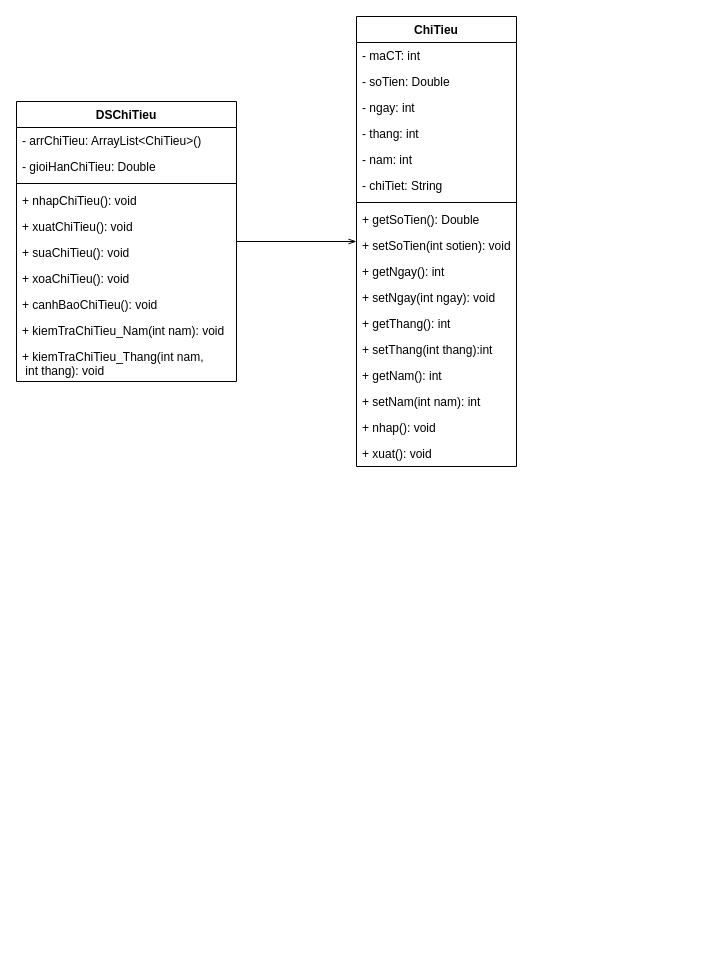
AkallHuynh/IS216.L21.HTCL-Java keeps this draw.io diagram as Diagrams/ClassDiagrams.drawio. Above is the earlier version. Source tidied: cells renumbered, new cells numbered last; positions are measured from the earlier drawing's top-left corner, leaving out a move shared by most shapes. Both pictures are drawn from the tidied source at 100%, with x=0, y=0 at pixel (16, 16).
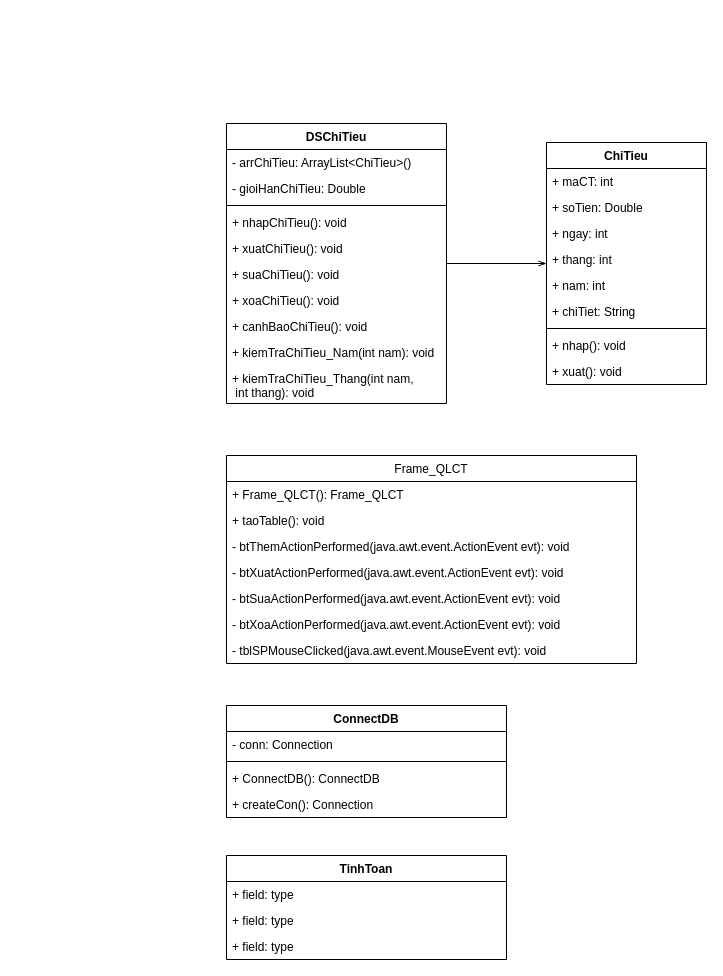
The same diagram, later.

Diff of the diagram source:
```diff
@@
     <mxCell id="2" value="ChiTieu" style="swimlane;fontStyle=1;align=center;verticalAlign=top;horizontal=1;startSize=26;" parent="1" vertex="1">
-      <mxGeometry x="340" width="160" height="450" as="geometry" />
+      <mxGeometry x="530" y="126" width="160" height="242" as="geometry" />
     </mxCell>
-    <mxCell id="3" value="- maCT: int" style="text;strokeColor=none;fillColor=none;align=left;verticalAlign=top;spacingLeft=4;spacingRight=4;overflow=hidden;" parent="2" vertex="1">
+    <mxCell id="3" value="+ maCT: int" style="text;strokeColor=none;fillColor=none;align=left;verticalAlign=top;spacingLeft=4;spacingRight=4;overflow=hidden;" parent="2" vertex="1">
       <mxGeometry y="26" width="160" height="26" as="geometry" />
     </mxCell>
-    <mxCell id="4" value="- soTien: Double" style="text;strokeColor=none;fillColor=none;align=left;verticalAlign=top;spacingLeft=4;spacingRight=4;overflow=hidden;" parent="2" vertex="1">
+    <mxCell id="4" value="+ soTien: Double" style="text;strokeColor=none;fillColor=none;align=left;verticalAlign=top;spacingLeft=4;spacingRight=4;overflow=hidden;" parent="2" vertex="1">
       <mxGeometry y="52" width="160" height="26" as="geometry" />
     </mxCell>
-    <mxCell id="5" value="- ngay: int" style="text;strokeColor=none;fillColor=none;align=left;verticalAlign=top;spacingLeft=4;spacingRight=4;overflow=hidden;" parent="2" vertex="1">
+    <mxCell id="5" value="+ ngay: int" style="text;strokeColor=none;fillColor=none;align=left;verticalAlign=top;spacingLeft=4;spacingRight=4;overflow=hidden;" parent="2" vertex="1">
       <mxGeometry y="78" width="160" height="26" as="geometry" />
     </mxCell>
-    <mxCell id="6" value="- thang: int" style="text;strokeColor=none;fillColor=none;align=left;verticalAlign=top;spacingLeft=4;spacingRight=4;overflow=hidden;" parent="2" vertex="1">
+    <mxCell id="6" value="+ thang: int" style="text;strokeColor=none;fillColor=none;align=left;verticalAlign=top;spacingLeft=4;spacingRight=4;overflow=hidden;" parent="2" vertex="1">
       <mxGeometry y="104" width="160" height="26" as="geometry" />
     </mxCell>
-    <mxCell id="7" value="- nam: int" style="text;strokeColor=none;fillColor=none;align=left;verticalAlign=top;spacingLeft=4;spacingRight=4;overflow=hidden;" parent="2" vertex="1">
+    <mxCell id="7" value="+ nam: int" style="text;strokeColor=none;fillColor=none;align=left;verticalAlign=top;spacingLeft=4;spacingRight=4;overflow=hidden;" parent="2" vertex="1">
       <mxGeometry y="130" width="160" height="26" as="geometry" />
     </mxCell>
-    <mxCell id="8" value="- chiTiet: String" style="text;strokeColor=none;fillColor=none;align=left;verticalAlign=top;spacingLeft=4;spacingRight=4;overflow=hidden;" parent="2" vertex="1">
+    <mxCell id="8" value="+ chiTiet: String" style="text;strokeColor=none;fillColor=none;align=left;verticalAlign=top;spacingLeft=4;spacingRight=4;overflow=hidden;" parent="2" vertex="1">
       <mxGeometry y="156" width="160" height="26" as="geometry" />
     </mxCell>
@@
-    <mxCell id="10" value="+ getSoTien(): Double" style="text;strokeColor=none;fillColor=none;align=left;verticalAlign=top;spacingLeft=4;spacingRight=4;overflow=hidden;" parent="2" vertex="1">
-      <mxGeometry y="190" width="160" height="26" as="geometry" />
-    </mxCell>
-    <mxCell id="11" value="+ setSoTien(int sotien): void" style="text;strokeColor=none;fillColor=none;align=left;verticalAlign=top;spacingLeft=4;spacingRight=4;overflow=hidden;" parent="2" vertex="1">
-      <mxGeometry y="216" width="160" height="26" as="geometry" />
-    </mxCell>
-    <mxCell id="12" value="+ getNgay(): int" style="text;strokeColor=none;fillColor=none;align=left;verticalAlign=top;spacingLeft=4;spacingRight=4;overflow=hidden;" parent="2" vertex="1">
-      <mxGeometry y="242" width="160" height="26" as="geometry" />
-    </mxCell>
-    <mxCell id="13" value="+ setNgay(int ngay): void" style="text;strokeColor=none;fillColor=none;align=left;verticalAlign=top;spacingLeft=4;spacingRight=4;overflow=hidden;" parent="2" vertex="1">
-      <mxGeometry y="268" width="160" height="26" as="geometry" />
-    </mxCell>
-    <mxCell id="14" value="+ getThang(): int" style="text;strokeColor=none;fillColor=none;align=left;verticalAlign=top;spacingLeft=4;spacingRight=4;overflow=hidden;" parent="2" vertex="1">
-      <mxGeometry y="294" width="160" height="26" as="geometry" />
-    </mxCell>
-    <mxCell id="15" value="+ setThang(int thang):int" style="text;strokeColor=none;fillColor=none;align=left;verticalAlign=top;spacingLeft=4;spacingRight=4;overflow=hidden;" parent="2" vertex="1">
-      <mxGeometry y="320" width="160" height="26" as="geometry" />
-    </mxCell>
-    <mxCell id="16" value="+ getNam(): int" style="text;strokeColor=none;fillColor=none;align=left;verticalAlign=top;spacingLeft=4;spacingRight=4;overflow=hidden;" parent="2" vertex="1">
-      <mxGeometry y="346" width="160" height="26" as="geometry" />
-    </mxCell>
-    <mxCell id="17" value="+ setNam(int nam): int" style="text;strokeColor=none;fillColor=none;align=left;verticalAlign=top;spacingLeft=4;spacingRight=4;overflow=hidden;" parent="2" vertex="1">
-      <mxGeometry y="372" width="160" height="26" as="geometry" />
-    </mxCell>
     <mxCell id="18" value="+ nhap(): void" style="text;strokeColor=none;fillColor=none;align=left;verticalAlign=top;spacingLeft=4;spacingRight=4;overflow=hidden;" parent="2" vertex="1">
-      <mxGeometry y="398" width="160" height="26" as="geometry" />
+      <mxGeometry y="190" width="160" height="26" as="geometry" />
     </mxCell>
     <mxCell id="19" value="+ xuat(): void" style="text;strokeColor=none;fillColor=none;align=left;verticalAlign=top;spacingLeft=4;spacingRight=4;overflow=hidden;" parent="2" vertex="1">
-      <mxGeometry y="424" width="160" height="26" as="geometry" />
+      <mxGeometry y="216" width="160" height="26" as="geometry" />
     </mxCell>
     <mxCell id="20" value="DSChiTieu" style="swimlane;fontStyle=1;align=center;verticalAlign=top;horizontal=1;startSize=26;" parent="1" vertex="1">
-      <mxGeometry y="85" width="220" height="280" as="geometry" />
+      <mxGeometry x="210" y="107" width="220" height="280" as="geometry" />
     </mxCell>
@@
+    <mxCell id="32" value="ConnectDB" style="swimlane;fontStyle=1;align=center;verticalAlign=top;horizontal=1;startSize=26;" parent="1" vertex="1">
+      <mxGeometry x="210" y="689" width="280" height="112" as="geometry" />
+    </mxCell>
+    <mxCell id="33" value="- conn: Connection" style="text;strokeColor=none;fillColor=none;align=left;verticalAlign=top;spacingLeft=4;spacingRight=4;overflow=hidden;" parent="32" vertex="1">
+      <mxGeometry y="26" width="280" height="26" as="geometry" />
+    </mxCell>
+    <mxCell id="34" style="line;strokeWidth=1;fillColor=none;align=left;verticalAlign=middle;spacingTop=-1;spacingLeft=3;spacingRight=3;labelPosition=right;" parent="32" vertex="1">
+      <mxGeometry y="52" width="280" height="8" as="geometry" />
+    </mxCell>
+    <mxCell id="35" value="+ ConnectDB(): ConnectDB" style="text;strokeColor=none;fillColor=none;align=left;verticalAlign=top;spacingLeft=4;spacingRight=4;overflow=hidden;" parent="32" vertex="1">
+      <mxGeometry y="60" width="280" height="26" as="geometry" />
+    </mxCell>
+    <mxCell id="36" value="+ createCon(): Connection" style="text;strokeColor=none;fillColor=none;align=left;verticalAlign=top;spacingLeft=4;spacingRight=4;overflow=hidden;" parent="32" vertex="1">
+      <mxGeometry y="86" width="280" height="26" as="geometry" />
+    </mxCell>
+    <mxCell id="37" value="Frame_QLCT" style="swimlane;fontStyle=0;horizontal=1;startSize=26;fillColor=none;" parent="1" vertex="1">
+      <mxGeometry x="210" y="439" width="410" height="208" as="geometry" />
+    </mxCell>
+    <mxCell id="38" value="+ Frame_QLCT(): Frame_QLCT" style="text;strokeColor=none;fillColor=none;align=left;verticalAlign=top;spacingLeft=4;spacingRight=4;overflow=hidden;" parent="37" vertex="1">
+      <mxGeometry y="26" width="410" height="26" as="geometry" />
+    </mxCell>
+    <mxCell id="39" value="+ taoTable(): void" style="text;strokeColor=none;fillColor=none;align=left;verticalAlign=top;spacingLeft=4;spacingRight=4;overflow=hidden;" parent="37" vertex="1">
+      <mxGeometry y="52" width="410" height="26" as="geometry" />
+    </mxCell>
+    <mxCell id="40" value="- btThemActionPerformed(java.awt.event.ActionEvent evt): void" style="text;strokeColor=none;fillColor=none;align=left;verticalAlign=top;spacingLeft=4;spacingRight=4;overflow=hidden;" parent="37" vertex="1">
+      <mxGeometry y="78" width="410" height="26" as="geometry" />
+    </mxCell>
+    <mxCell id="41" value="- btXuatActionPerformed(java.awt.event.ActionEvent evt): void" style="text;strokeColor=none;fillColor=none;align=left;verticalAlign=top;spacingLeft=4;spacingRight=4;overflow=hidden;" parent="37" vertex="1">
+      <mxGeometry y="104" width="410" height="26" as="geometry" />
+    </mxCell>
+    <mxCell id="42" value="- btSuaActionPerformed(java.awt.event.ActionEvent evt): void" style="text;strokeColor=none;fillColor=none;align=left;verticalAlign=top;spacingLeft=4;spacingRight=4;overflow=hidden;" parent="37" vertex="1">
+      <mxGeometry y="130" width="410" height="26" as="geometry" />
+    </mxCell>
+    <mxCell id="43" value="- btXoaActionPerformed(java.awt.event.ActionEvent evt): void" style="text;strokeColor=none;fillColor=none;align=left;verticalAlign=top;spacingLeft=4;spacingRight=4;overflow=hidden;" parent="37" vertex="1">
+      <mxGeometry y="156" width="410" height="26" as="geometry" />
+    </mxCell>
+    <mxCell id="44" value="- tblSPMouseClicked(java.awt.event.MouseEvent evt): void" style="text;strokeColor=none;fillColor=none;align=left;verticalAlign=top;spacingLeft=4;spacingRight=4;overflow=hidden;" parent="37" vertex="1">
+      <mxGeometry y="182" width="410" height="26" as="geometry" />
+    </mxCell>
+    <mxCell id="45" value="TinhToan" style="swimlane;fontStyle=1;horizontal=1;startSize=26;fillColor=none;" parent="1" vertex="1">
+      <mxGeometry x="210" y="839" width="280" height="104" as="geometry" />
+    </mxCell>
+    <mxCell id="46" value="+ field: type" style="text;strokeColor=none;fillColor=none;align=left;verticalAlign=top;spacingLeft=4;spacingRight=4;overflow=hidden;" parent="45" vertex="1">
+      <mxGeometry y="26" width="280" height="26" as="geometry" />
+    </mxCell>
+    <mxCell id="47" value="+ field: type" style="text;strokeColor=none;fillColor=none;align=left;verticalAlign=top;spacingLeft=4;spacingRight=4;overflow=hidden;" parent="45" vertex="1">
+      <mxGeometry y="52" width="280" height="26" as="geometry" />
+    </mxCell>
+    <mxCell id="48" value="+ field: type" style="text;strokeColor=none;fillColor=none;align=left;verticalAlign=top;spacingLeft=4;spacingRight=4;overflow=hidden;" parent="45" vertex="1">
+      <mxGeometry y="78" width="280" height="26" as="geometry" />
+    </mxCell>
```
